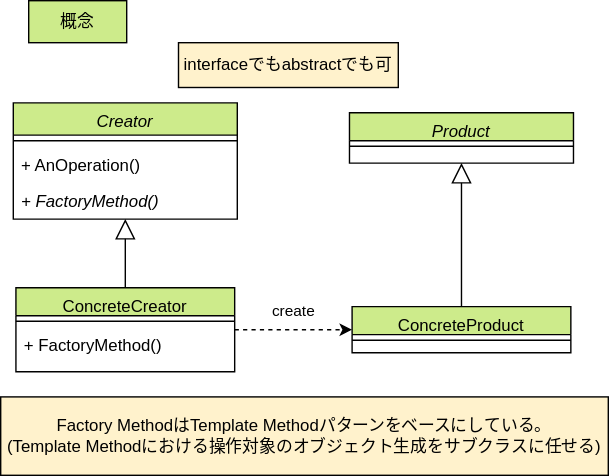
The draw.io diagram drawio/factory-method/factory-method-concept.drawio.svg in go-to-k/cdk-gof-design-pattern, before a commit. Source tidied: cells renumbered, new cells last; positions are measured from the earlier drawing's top-left corner, leaving out a move shared by most shapes.
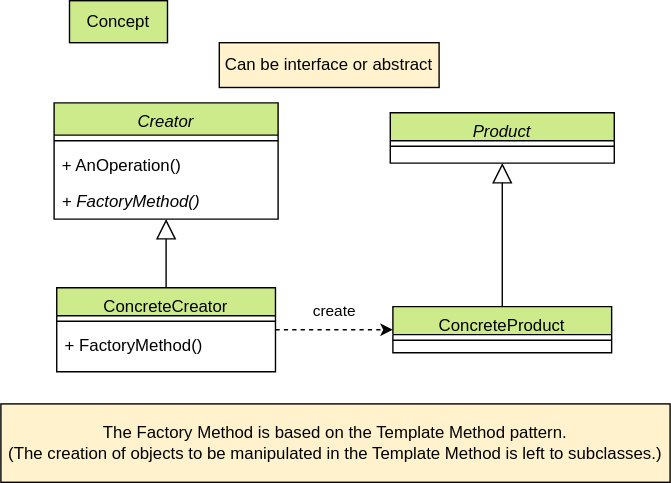
The same diagram one commit later.

Change to the diagram source:
```diff
@@ -44,13 +44,13 @@
     <mxCell id="15" style="endArrow=block;endFill=0;endSize=12;html=1;rounded=0;exitX=0.5;exitY=0;exitDx=0;exitDy=0;strokeColor=#000000;fontColor=#000000;" parent="1" edge="1" source="13" target="6">
       <mxGeometry relative="1" as="geometry" />
     </mxCell>
-    <mxCell id="16" value="概念" style="rounded=0;whiteSpace=wrap;html=1;fillColor=#cdeb8b;strokeColor=#000000;fontColor=#000000;" parent="1" vertex="1">
+    <mxCell id="16" value="Concept" style="rounded=0;whiteSpace=wrap;html=1;fillColor=#cdeb8b;strokeColor=#000000;fontColor=#000000;" parent="1" vertex="1">
       <mxGeometry x="20" width="70" height="30" as="geometry" />
     </mxCell>
-    <mxCell id="17" value="Factory MethodはTemplate Methodパターンをベースにしている。&lt;br&gt;(Template Methodにおける操作対象のオブジェクト生成をサブクラスに任せる)" style="text;html=1;strokeColor=#000000;fillColor=#fff2cc;align=center;verticalAlign=middle;whiteSpace=wrap;rounded=0;fontColor=#000000;" parent="1" vertex="1">
-      <mxGeometry y="283" width="434" height="56" as="geometry" />
+    <mxCell id="17" value="&lt;div&gt;The Factory Method is based on the Template Method pattern.&lt;/div&gt;&lt;div&gt;(The creation of objects to be manipulated in the Template Method is left to subclasses.)&lt;/div&gt;" style="text;html=1;strokeColor=#000000;fillColor=#fff2cc;align=center;verticalAlign=middle;whiteSpace=wrap;rounded=0;fontColor=#000000;" parent="1" vertex="1">
+      <mxGeometry x="-29" y="288" width="478" height="56" as="geometry" />
     </mxCell>
-    <mxCell id="18" value="interfaceでもabstractでも可" style="text;html=1;strokeColor=#000000;fillColor=#fff2cc;align=center;verticalAlign=middle;whiteSpace=wrap;rounded=0;fontColor=#000000;" parent="1" vertex="1">
+    <mxCell id="18" value="Can be interface or abstract" style="text;html=1;strokeColor=#000000;fillColor=#fff2cc;align=center;verticalAlign=middle;whiteSpace=wrap;rounded=0;fontColor=#000000;" parent="1" vertex="1">
       <mxGeometry x="127" y="30" width="157" height="32" as="geometry" />
     </mxCell>
   </root>
```
